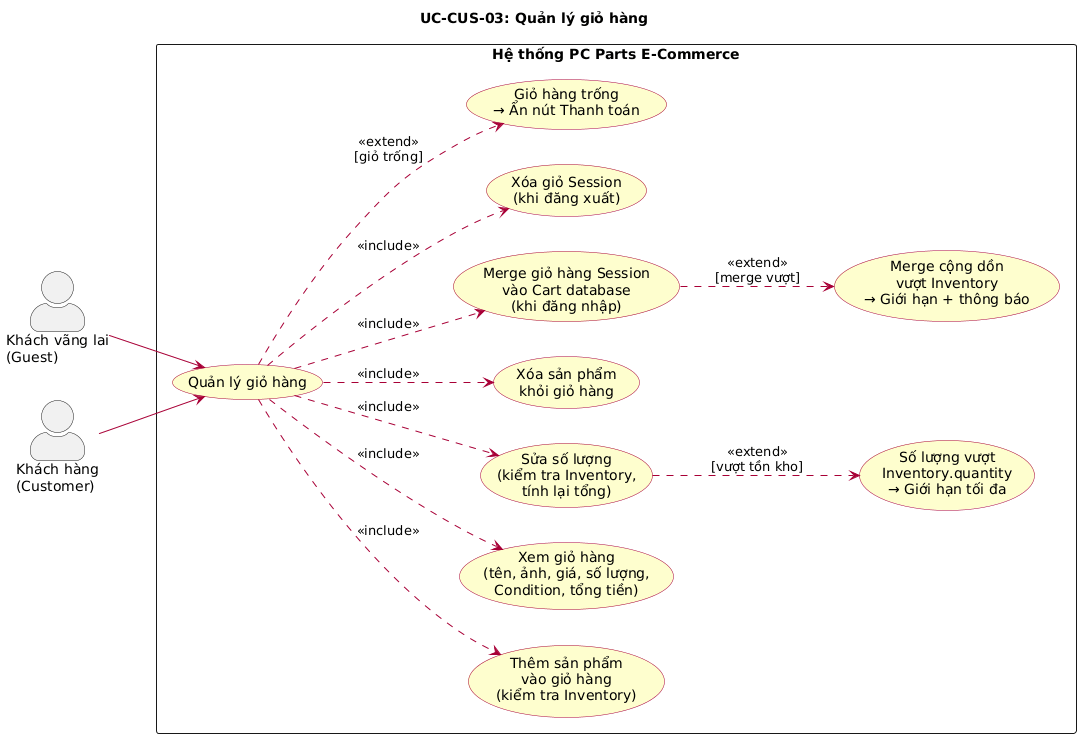
Above: docs/diagrams/images/uc_CUS03_quan_ly_gio_hang.png in huuhieu56/PC-Parts-ECommerce (PlantUML), before the change. Its diagram source:
```plantuml
@startuml
left to right direction
skinparam actorStyle awesome
skinparam packageStyle rectangle
skinparam usecase {
  BackgroundColor #FEFECE
  BorderColor #A80036
  ArrowColor #A80036
}

title UC-CUS-03: Quản lý giỏ hàng

actor "Khách vãng lai\n(Guest)" as Guest
actor "Khách hàng\n(Customer)" as Customer

rectangle "Hệ thống PC Parts E-Commerce" {
  usecase "Quản lý giỏ hàng" as UC_CART

  usecase "Thêm sản phẩm\nvào giỏ hàng\n(kiểm tra Inventory)" as UC_ADD
  usecase "Xem giỏ hàng\n(tên, ảnh, giá, số lượng,\nCondition, tổng tiền)" as UC_VIEW
  usecase "Sửa số lượng\n(kiểm tra Inventory,\ntính lại tổng)" as UC_EDIT
  usecase "Xóa sản phẩm\nkhỏi giỏ hàng" as UC_DELETE
  usecase "Merge giỏ hàng Session\nvào Cart database\n(khi đăng nhập)" as UC_MERGE
  usecase "Xóa giỏ Session\n(khi đăng xuất)" as UC_CLEAR

  usecase "Giỏ hàng trống\n→ Ẩn nút Thanh toán" as UC_ERR_EMPTY
  usecase "Số lượng vượt\nInventory.quantity\n→ Giới hạn tối đa" as UC_ERR_STOCK
  usecase "Merge cộng dồn\nvượt Inventory\n→ Giới hạn + thông báo" as UC_ERR_MERGE
}

Guest --> UC_CART
Customer --> UC_CART

UC_CART ..> UC_ADD : <<include>>
UC_CART ..> UC_VIEW : <<include>>
UC_CART ..> UC_EDIT : <<include>>
UC_CART ..> UC_DELETE : <<include>>
UC_CART ..> UC_MERGE : <<include>>
UC_CART ..> UC_CLEAR : <<include>>

UC_CART ..> UC_ERR_EMPTY : <<extend>>\n[giỏ trống]
UC_EDIT ..> UC_ERR_STOCK : <<extend>>\n[vượt tồn kho]
UC_MERGE ..> UC_ERR_MERGE : <<extend>>\n[merge vượt]
@enduml
```
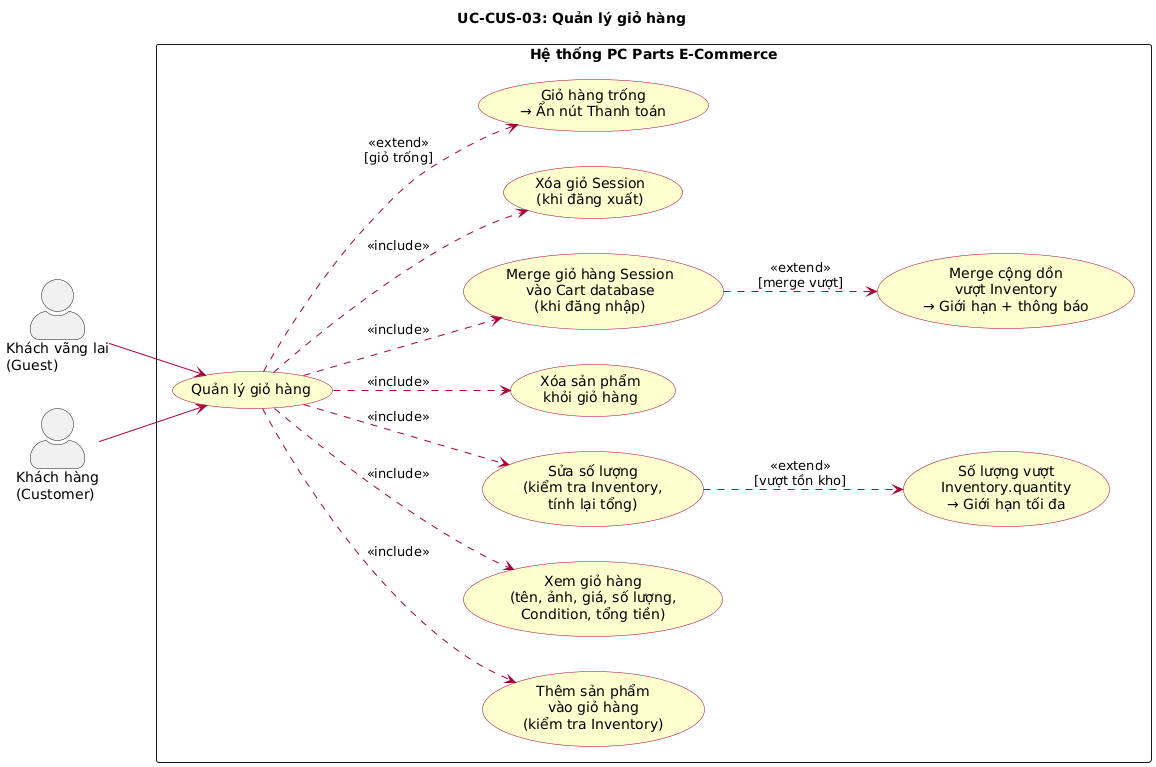
After the commit.

Diff of the diagram source:
```diff
@@ -1,4 +1,4 @@
-@startuml
+@startuml uc_CUS03_quan_ly_gio_hang
 left to right direction
 skinparam actorStyle awesome
 skinparam packageStyle rectangle
@@ -41,4 +41,5 @@
 UC_CART ..> UC_ERR_EMPTY : <<extend>>\n[giỏ trống]
 UC_EDIT ..> UC_ERR_STOCK : <<extend>>\n[vượt tồn kho]
 UC_MERGE ..> UC_ERR_MERGE : <<extend>>\n[merge vượt]
+
 @enduml
```
